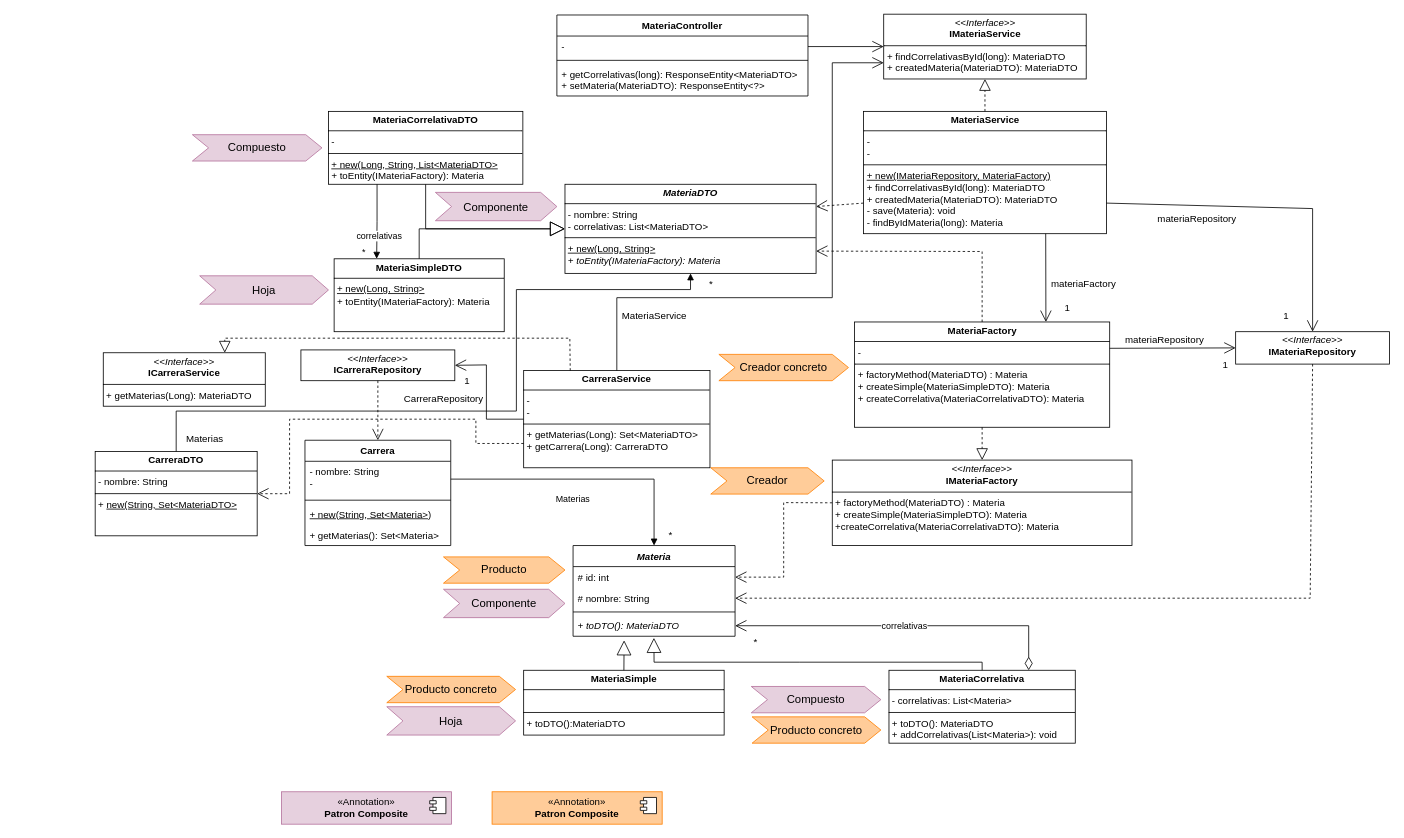
Before: Diagramas/Tempus-MER.drawio in tomasmendoza-unq/Tempus, a draw.io diagram. Source tidied: cells renumbered, new cells numbered last; positions are measured from the earlier drawing's top-left corner, leaving out a move shared by most shapes. Both pictures are drawn from the tidied source at 81%, with x=0, y=0 at pixel (95, 14).
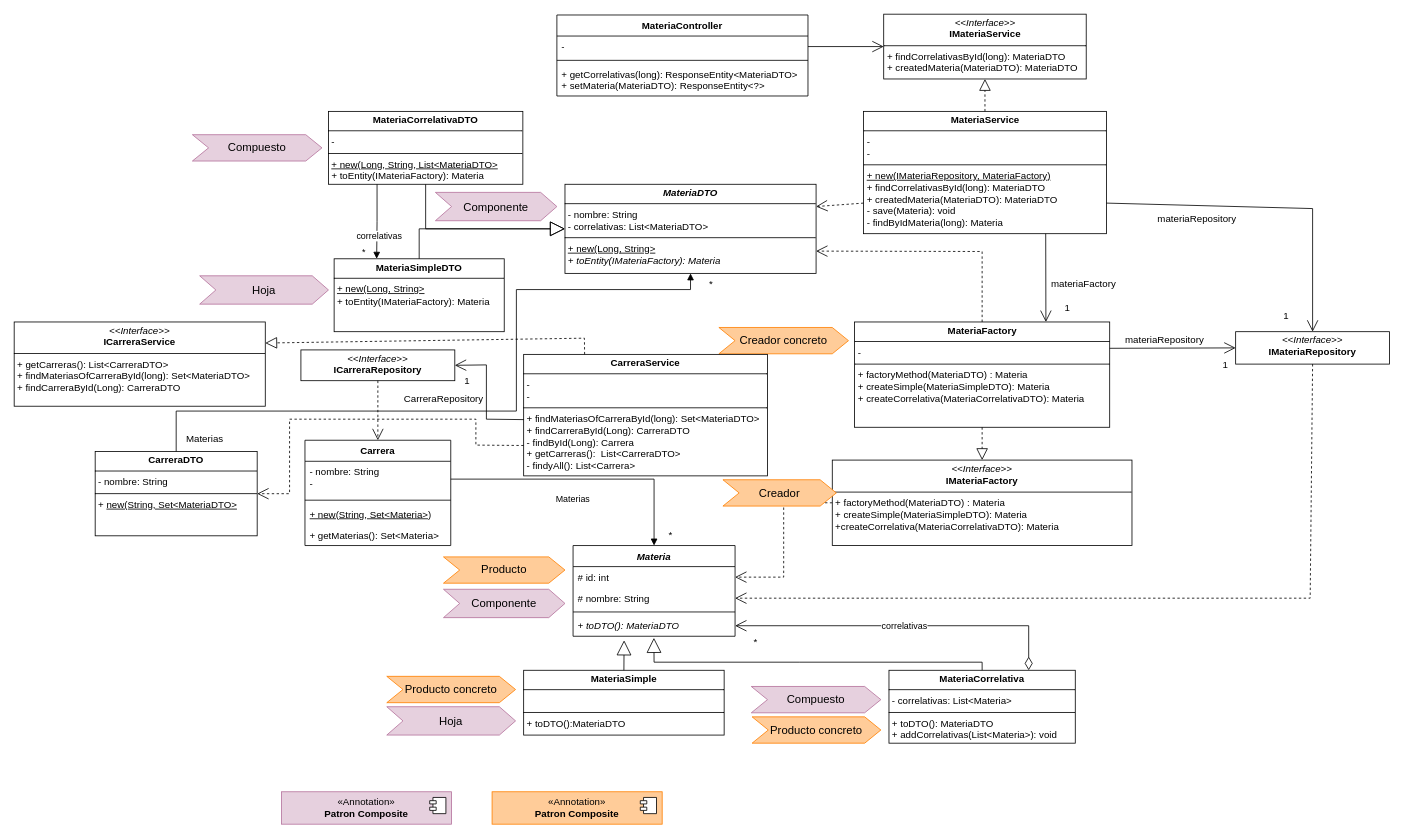
The same page after the edit.

Unchanged cells that the change refers to:
```xml
<mxCell id="34" value="&lt;p style=&quot;margin:0px;margin-top:4px;text-align:center;&quot;&gt;&lt;i&gt;&amp;lt;&amp;lt;Interface&amp;gt;&amp;gt;&lt;/i&gt;&lt;br&gt;&lt;b&gt;IMateriaService&lt;/b&gt;&lt;/p&gt;&lt;hr size=&quot;1&quot; style=&quot;border-style:solid;&quot;&gt;&lt;p style=&quot;margin:0px;margin-left:4px;&quot;&gt;+ findCorrelativasById(long):&amp;nbsp;MateriaDTO&lt;/p&gt;&lt;p style=&quot;margin:0px;margin-left:4px;&quot;&gt;+&amp;nbsp;createdMateria(MateriaDTO):&amp;nbsp;MateriaDTO&lt;/p&gt;" style="verticalAlign=top;align=left;overflow=fill;html=1;whiteSpace=wrap;" parent="1" vertex="1">
  <mxGeometry x="973.5" width="250" height="80" as="geometry" />
</mxCell>
<mxCell id="67" value="&lt;p style=&quot;margin:0px;margin-top:4px;text-align:center;&quot;&gt;&lt;i&gt;&amp;lt;&amp;lt;Interface&amp;gt;&amp;gt;&lt;/i&gt;&lt;br&gt;&lt;b&gt;ICarreraRepository&lt;/b&gt;&lt;/p&gt;" style="verticalAlign=top;align=left;overflow=fill;html=1;whiteSpace=wrap;" parent="1" vertex="1">
  <mxGeometry x="254" y="414.5" width="190" height="38" as="geometry" />
</mxCell>
<mxCell id="76" value="&lt;p style=&quot;margin:0px;margin-top:4px;text-align:center;&quot;&gt;&lt;b&gt;CarreraDTO&lt;/b&gt;&lt;/p&gt;&lt;hr size=&quot;1&quot; style=&quot;border-style:solid;&quot;&gt;&lt;p style=&quot;margin:0px;margin-left:4px;&quot;&gt;- nombre: String&lt;/p&gt;&lt;hr size=&quot;1&quot; style=&quot;border-style:solid;&quot;&gt;&lt;p style=&quot;margin:0px;margin-left:4px;&quot;&gt;+ &lt;u&gt;new(String, Set&amp;lt;MateriaDTO&amp;gt;&lt;/u&gt;&lt;/p&gt;" style="verticalAlign=top;align=left;overflow=fill;html=1;whiteSpace=wrap;" parent="1" vertex="1">
  <mxGeometry y="540" width="200" height="104" as="geometry" />
</mxCell>
```

Change to the diagram source:
```diff
@@
     <mxCell id="25" value="Creador" style="html=1;shape=mxgraph.infographic.ribbonSimple;notch1=20;notch2=20;align=center;verticalAlign=middle;fontSize=14;fontStyle=0;fillColor=#FFCC99;whiteSpace=wrap;strokeColor=#FF8000;" parent="1" vertex="1">
-      <mxGeometry x="760" y="560" width="140" height="32.5" as="geometry" />
+      <mxGeometry x="775" y="574.8" width="140" height="32.5" as="geometry" />
     </mxCell>
     <mxCell id="26" value="Creador concreto" style="html=1;shape=mxgraph.infographic.ribbonSimple;notch1=20;notch2=20;align=center;verticalAlign=middle;fontSize=14;fontStyle=0;fillColor=#FFCC99;whiteSpace=wrap;strokeColor=#FF8000;" parent="1" vertex="1">
-      <mxGeometry x="770" y="420" width="160" height="32.5" as="geometry" />
+      <mxGeometry x="770" y="386.8" width="160" height="32.5" as="geometry" />
     </mxCell>
@@
-    <mxCell id="70" value="&lt;p style=&quot;margin:0px;margin-top:4px;text-align:center;&quot;&gt;&lt;b&gt;CarreraService&lt;/b&gt;&lt;/p&gt;&lt;hr size=&quot;1&quot; style=&quot;border-style:solid;&quot;&gt;&lt;p style=&quot;margin:0px;margin-left:4px;&quot;&gt;-&lt;/p&gt;&lt;p style=&quot;margin:0px;margin-left:4px;&quot;&gt;-&lt;/p&gt;&lt;hr size=&quot;1&quot; style=&quot;border-style:solid;&quot;&gt;&lt;p style=&quot;margin:0px;margin-left:4px;&quot;&gt;+ getMaterias(Long): Set&amp;lt;MateriaDTO&amp;gt;&lt;/p&gt;&lt;p style=&quot;margin:0px;margin-left:4px;&quot;&gt;+ getCarrera(Long): CarreraDTO&lt;/p&gt;&lt;p style=&quot;margin:0px;margin-left:4px;&quot;&gt;&lt;br&gt;&lt;/p&gt;" style="verticalAlign=top;align=left;overflow=fill;html=1;whiteSpace=wrap;" parent="1" vertex="1">
-      <mxGeometry x="529" y="440" width="230" height="120" as="geometry" />
+    <mxCell id="70" value="&lt;p style=&quot;margin:0px;margin-top:4px;text-align:center;&quot;&gt;&lt;b&gt;CarreraService&lt;/b&gt;&lt;/p&gt;&lt;hr size=&quot;1&quot; style=&quot;border-style:solid;&quot;&gt;&lt;p style=&quot;margin:0px;margin-left:4px;&quot;&gt;-&lt;/p&gt;&lt;p style=&quot;margin:0px;margin-left:4px;&quot;&gt;-&lt;/p&gt;&lt;hr size=&quot;1&quot; style=&quot;border-style:solid;&quot;&gt;&lt;p style=&quot;margin:0px;margin-left:4px;&quot;&gt;+ findMateriasOfCarreraById(long):&amp;nbsp;&lt;span style=&quot;background-color: transparent; color: light-dark(rgb(0, 0, 0), rgb(255, 255, 255));&quot;&gt;Set&amp;lt;MateriaDTO&amp;gt;&lt;/span&gt;&lt;/p&gt;&lt;p style=&quot;margin:0px;margin-left:4px;&quot;&gt;+ findCarreraById(Long):&amp;nbsp;CarreraDTO&lt;/p&gt;&lt;p style=&quot;margin:0px;margin-left:4px;&quot;&gt;- findById(Long):&amp;nbsp;&lt;span style=&quot;background-color: transparent; color: light-dark(rgb(0, 0, 0), rgb(255, 255, 255));&quot;&gt;Carrera&lt;/span&gt;&lt;span style=&quot;background-color: transparent; color: light-dark(rgb(0, 0, 0), rgb(255, 255, 255));&quot;&gt;&amp;nbsp;&lt;/span&gt;&lt;/p&gt;&lt;p style=&quot;margin:0px;margin-left:4px;&quot;&gt;+ getCarreras():&amp;nbsp;&lt;span style=&quot;background-color: transparent; color: light-dark(rgb(0, 0, 0), rgb(255, 255, 255));&quot;&gt;&amp;nbsp;List&amp;lt;CarreraDTO&amp;gt;&lt;/span&gt;&lt;/p&gt;&lt;p style=&quot;margin:0px;margin-left:4px;&quot;&gt;&lt;span style=&quot;background-color: transparent;&quot;&gt;- findyAll():&amp;nbsp;&lt;/span&gt;&lt;span style=&quot;background-color: transparent; color: light-dark(rgb(0, 0, 0), rgb(255, 255, 255));&quot;&gt;List&amp;lt;Carrera&amp;gt;&lt;/span&gt;&lt;/p&gt;&lt;p style=&quot;margin:0px;margin-left:4px;&quot;&gt;&lt;span style=&quot;background-color: transparent; color: light-dark(rgb(0, 0, 0), rgb(255, 255, 255));&quot;&gt;&lt;br&gt;&lt;/span&gt;&lt;/p&gt;" style="verticalAlign=top;align=left;overflow=fill;html=1;whiteSpace=wrap;" parent="1" vertex="1">
+      <mxGeometry x="529" y="420" width="301" height="150" as="geometry" />
     </mxCell>
-    <mxCell id="71" style="endArrow=open;endFill=1;endSize=12;html=1;rounded=0;exitX=0;exitY=0.5;exitDx=0;exitDy=0;entryX=1;entryY=0.5;entryDx=0;entryDy=0;" parent="1" edge="1" source="70" target="67">
+    <mxCell id="71" style="endArrow=open;endFill=1;endSize=12;html=1;rounded=0;exitX=0.001;exitY=0.537;exitDx=0;exitDy=0;entryX=1;entryY=0.5;entryDx=0;entryDy=0;exitPerimeter=0;" parent="1" edge="1" source="70" target="67">
       <mxGeometry relative="1" as="geometry">
         <Array as="points">
           <mxPoint x="483" y="500" />
           <mxPoint x="483" y="433" />
         </Array>
       </mxGeometry>
     </mxCell>
-    <mxCell id="72" style="endArrow=open;endFill=1;endSize=12;html=1;rounded=0;exitX=0.5;exitY=0;exitDx=0;exitDy=0;entryX=0;entryY=0.75;entryDx=0;entryDy=0;" parent="1" edge="1" source="70" target="34">
-      <mxGeometry relative="1" as="geometry">
-        <Array as="points">
-          <mxPoint x="644" y="350" />
-          <mxPoint x="910" y="350" />
-          <mxPoint x="910" y="60" />
-        </Array>
-      </mxGeometry>
-    </mxCell>
-    <mxCell id="73" value="MateriaService" style="text;html=1;align=center;verticalAlign=middle;strokeColor=none;fillColor=none;" parent="1" vertex="1">
-      <mxGeometry x="640" y="358" width="100" height="30" as="geometry" />
-    </mxCell>
-    <mxCell id="74" value="&lt;p style=&quot;margin:0px;margin-top:4px;text-align:center;&quot;&gt;&lt;i&gt;&amp;lt;&amp;lt;Interface&amp;gt;&amp;gt;&lt;/i&gt;&lt;br&gt;&lt;b&gt;ICarreraService&lt;/b&gt;&lt;/p&gt;&lt;hr size=&quot;1&quot; style=&quot;border-style:solid;&quot;&gt;&lt;p style=&quot;margin:0px;margin-left:4px;&quot;&gt;+ getMaterias(Long): MateriaDTO&lt;/p&gt;" style="verticalAlign=top;align=left;overflow=fill;html=1;whiteSpace=wrap;" parent="1" vertex="1">
-      <mxGeometry x="10" y="418" width="200" height="66" as="geometry" />
+    <mxCell id="74" value="&lt;p style=&quot;margin:0px;margin-top:4px;text-align:center;&quot;&gt;&lt;i&gt;&amp;lt;&amp;lt;Interface&amp;gt;&amp;gt;&lt;/i&gt;&lt;br&gt;&lt;b&gt;ICarreraService&lt;/b&gt;&lt;/p&gt;&lt;hr size=&quot;1&quot; style=&quot;border-style:solid;&quot;&gt;&lt;p style=&quot;margin:0px;margin-left:4px;&quot;&gt;+ getCarreras():&amp;nbsp;&lt;span style=&quot;color: light-dark(rgb(0, 0, 0), rgb(255, 255, 255)); background-color: transparent;&quot;&gt;List&amp;lt;CarreraDTO&amp;gt;&lt;/span&gt;&lt;/p&gt;&lt;p style=&quot;margin: 0px 0px 0px 4px;&quot;&gt;+ findMateriasOfCarreraById(long):&amp;nbsp;&lt;span style=&quot;background-color: transparent; color: light-dark(rgb(0, 0, 0), rgb(255, 255, 255));&quot;&gt;Set&amp;lt;MateriaDTO&amp;gt;&lt;/span&gt;&lt;/p&gt;&lt;p style=&quot;margin: 0px 0px 0px 4px;&quot;&gt;+ findCarreraById(Long):&amp;nbsp;CarreraDTO&lt;/p&gt;" style="verticalAlign=top;align=left;overflow=fill;html=1;whiteSpace=wrap;" parent="1" vertex="1">
+      <mxGeometry x="-100" y="380" width="310" height="104" as="geometry" />
     </mxCell>
-    <mxCell id="75" style="endArrow=block;dashed=1;endFill=0;endSize=12;html=1;rounded=0;exitX=0.25;exitY=0;exitDx=0;exitDy=0;entryX=0.75;entryY=0;entryDx=0;entryDy=0;" parent="1" edge="1" source="70" target="74">
+    <mxCell id="75" style="endArrow=block;dashed=1;endFill=0;endSize=12;html=1;rounded=0;exitX=0.25;exitY=0;exitDx=0;exitDy=0;entryX=1;entryY=0.25;entryDx=0;entryDy=0;" parent="1" edge="1" source="70" target="74">
       <mxGeometry relative="1" as="geometry">
         <Array as="points">
-          <mxPoint x="586" y="400" />
-          <mxPoint x="160" y="400" />
+          <mxPoint x="604" y="400" />
         </Array>
       </mxGeometry>
     </mxCell>
@@
     <mxCell id="77" style="endArrow=open;endSize=12;dashed=1;html=1;rounded=0;exitX=0;exitY=0.75;exitDx=0;exitDy=0;entryX=1;entryY=0.5;entryDx=0;entryDy=0;" parent="1" edge="1" source="70" target="76">
       <mxGeometry relative="1" as="geometry">
         <Array as="points">
-          <mxPoint x="470" y="530" />
+          <mxPoint x="470" y="532" />
           <mxPoint x="470" y="500" />
           <mxPoint x="240" y="500" />
           <mxPoint x="240" y="592" />
         </Array>
       </mxGeometry>
     </mxCell>
```
